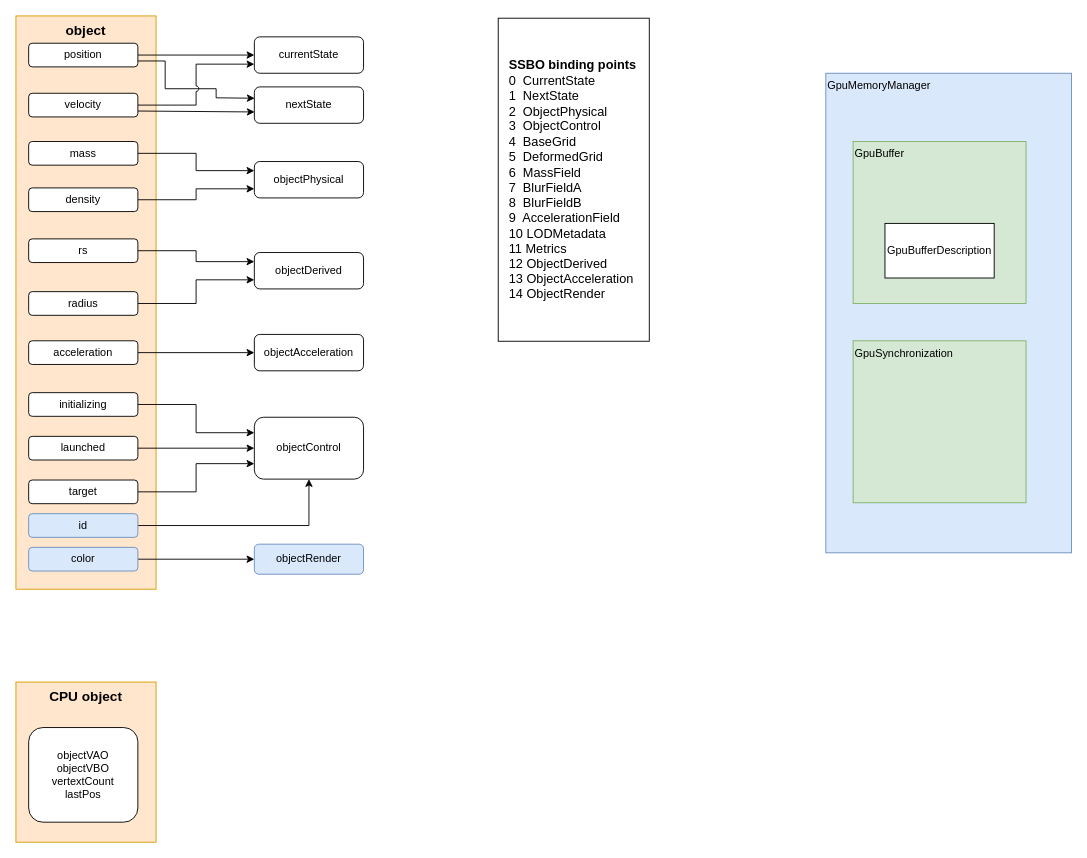
Before: page "class GMemory" (1 of 4) of docs/gpu_memory_manager.drawio in quocthaile/gravity_sim, a draw.io diagram. Source tidied: cells renumbered, new cells numbered last; positions are measured from the earlier drawing's top-left corner, leaving out a move shared by most shapes. Both pictures are drawn from the tidied source at 91%, with x=0, y=0 at pixel (15, 15).
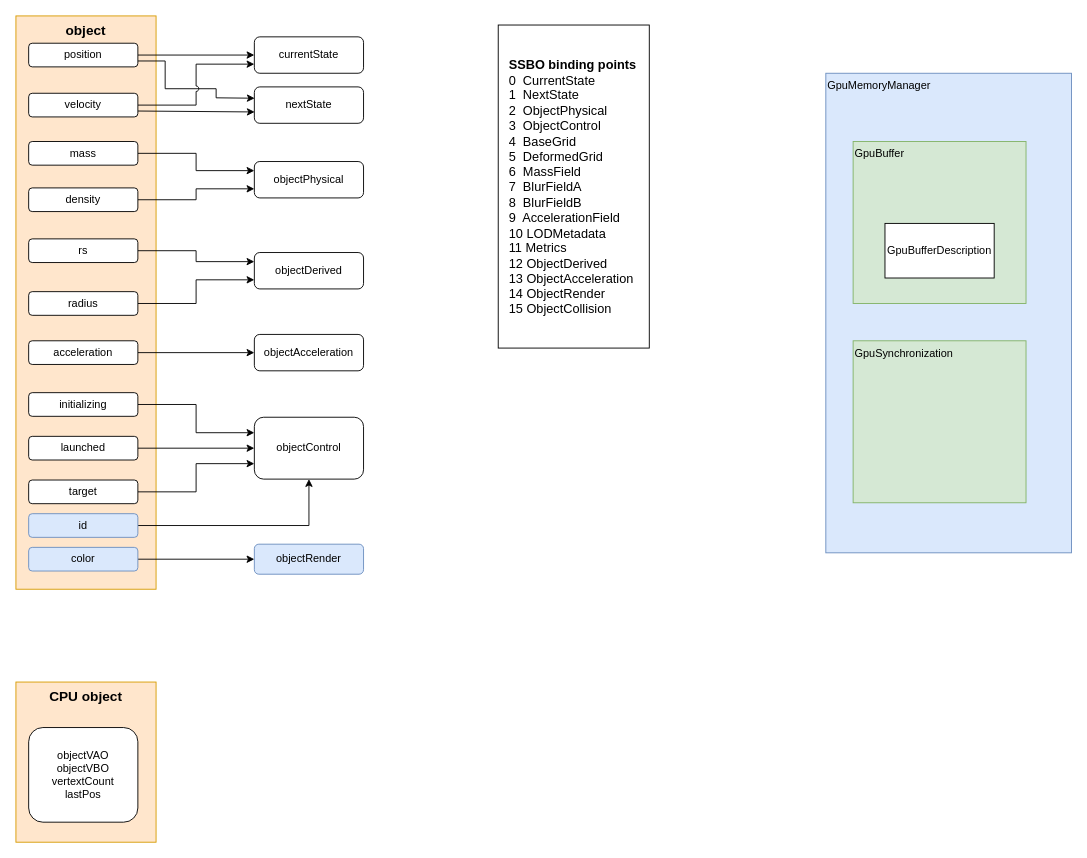
Above is the later version.

Commit message (it also covers changes not shown here):
Add system diagram, funct CaptureGpuTrajectorySample to header

What changed in the source:
```diff
@@
-    <mxCell id="5" value="&lt;div&gt;&lt;b&gt;SSBO binding points&lt;/b&gt;&lt;/div&gt;&lt;div&gt;0&amp;nbsp; CurrentState&lt;/div&gt;&lt;div&gt;1&amp;nbsp; NextState&lt;/div&gt;&lt;div&gt;2&amp;nbsp; ObjectPhysical&lt;/div&gt;&lt;div&gt;3&amp;nbsp; ObjectControl&lt;/div&gt;&lt;div&gt;4&amp;nbsp; BaseGrid&lt;/div&gt;&lt;div&gt;5&amp;nbsp; DeformedGrid&lt;/div&gt;&lt;div&gt;6&amp;nbsp; MassField&lt;/div&gt;&lt;div&gt;7&amp;nbsp; BlurFieldA&lt;/div&gt;&lt;div&gt;8&amp;nbsp; BlurFieldB&lt;/div&gt;&lt;div&gt;9&amp;nbsp; AccelerationField&lt;/div&gt;&lt;div&gt;10 LODMetadata&lt;/div&gt;&lt;div&gt;11 Metrics&lt;/div&gt;&lt;div&gt;12 ObjectDerived&lt;/div&gt;&lt;div&gt;13 ObjectAcceleration&lt;/div&gt;&lt;div&gt;14 ObjectRender&lt;/div&gt;" style="whiteSpace=wrap;html=1;align=left;fontSize=14;spacingLeft=10;" parent="1" vertex="1">
-      <mxGeometry x="530" y="2.5" width="166" height="355" as="geometry" />
+    <mxCell id="5" value="&lt;div&gt;&lt;b&gt;SSBO binding points&lt;/b&gt;&lt;/div&gt;&lt;div&gt;0&amp;nbsp; CurrentState&lt;/div&gt;&lt;div&gt;1&amp;nbsp; NextState&lt;/div&gt;&lt;div&gt;2&amp;nbsp; ObjectPhysical&lt;/div&gt;&lt;div&gt;3&amp;nbsp; ObjectControl&lt;/div&gt;&lt;div&gt;4&amp;nbsp; BaseGrid&lt;/div&gt;&lt;div&gt;5&amp;nbsp; DeformedGrid&lt;/div&gt;&lt;div&gt;6&amp;nbsp; MassField&lt;/div&gt;&lt;div&gt;7&amp;nbsp; BlurFieldA&lt;/div&gt;&lt;div&gt;8&amp;nbsp; BlurFieldB&lt;/div&gt;&lt;div&gt;9&amp;nbsp; AccelerationField&lt;/div&gt;&lt;div&gt;10 LODMetadata&lt;/div&gt;&lt;div&gt;11 Metrics&lt;/div&gt;&lt;div&gt;12 ObjectDerived&lt;/div&gt;&lt;div&gt;13 ObjectAcceleration&lt;/div&gt;&lt;div&gt;14 ObjectRender&lt;/div&gt;&lt;div&gt;15&amp;nbsp;ObjectCollision&lt;/div&gt;" style="whiteSpace=wrap;html=1;align=left;fontSize=14;spacingLeft=10;" parent="1" vertex="1">
+      <mxGeometry x="530" y="10" width="166" height="355" as="geometry" />
     </mxCell>
```
